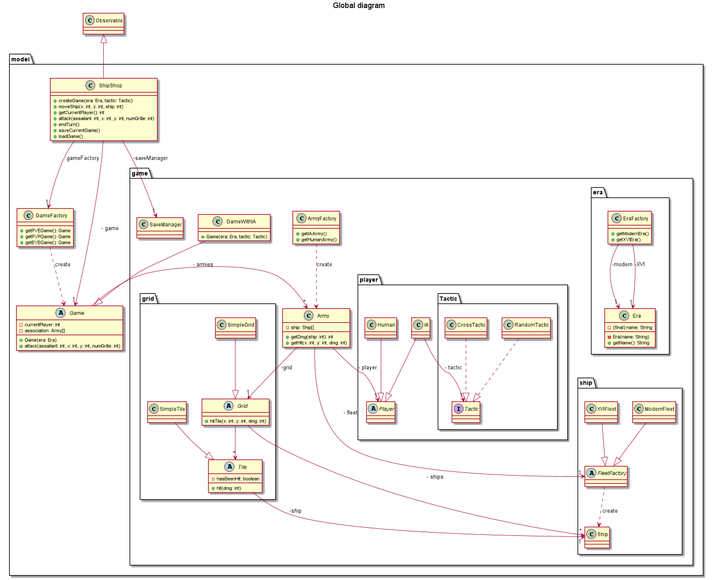
The PlantUML diagram doc/conception/image/class/global.png in Reynault/ShipShop, before a commit.
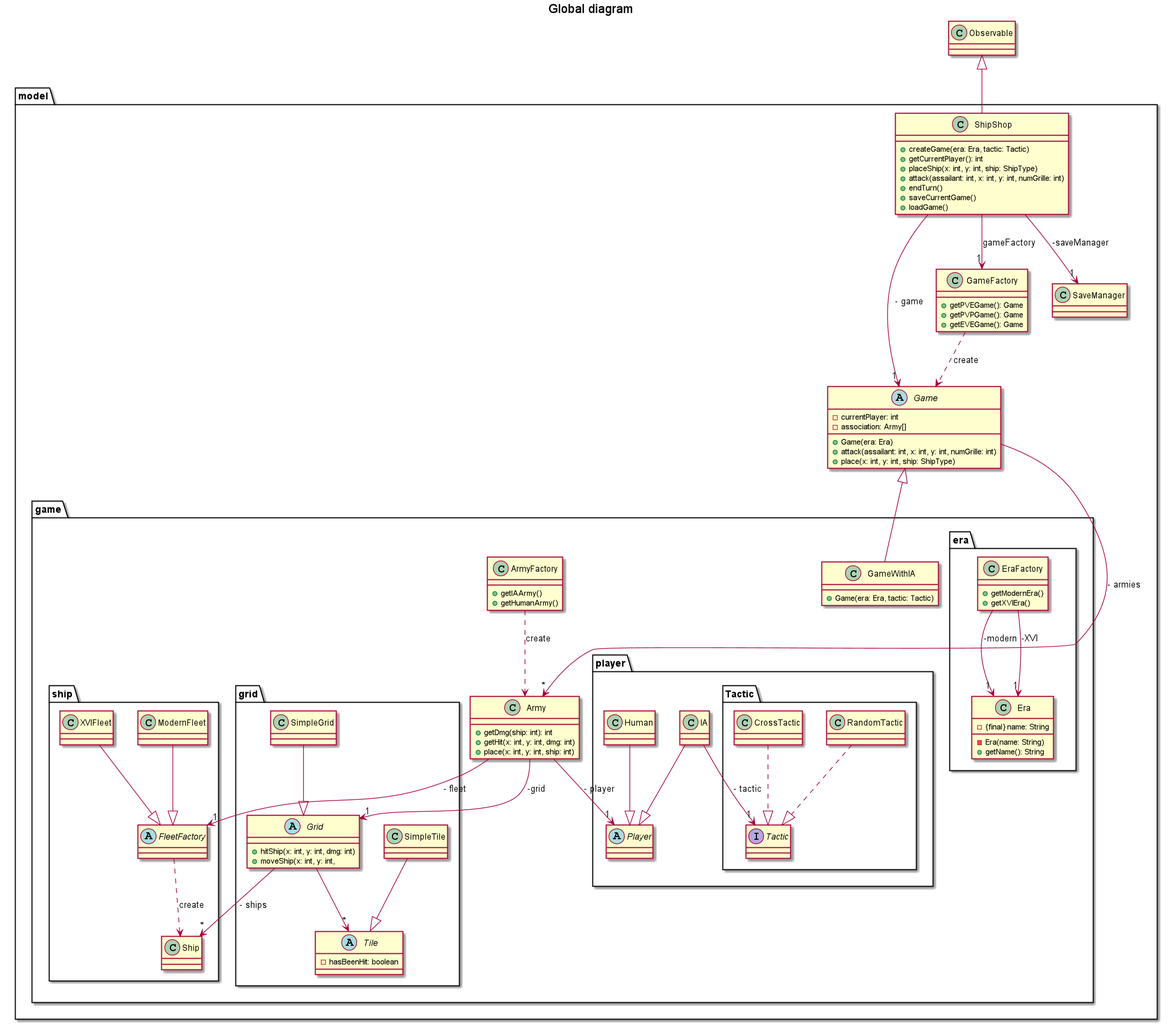
After the commit.

Diff of the diagram source:
```diff
@@ -10,8 +10,8 @@
 
     class ShipShop{
         + createGame(era: Era, tactic: Tactic)
-        + moveShip(x: int, y: int, ship: int)
         + getCurrentPlayer(): int
+        + placeShip(x: int, y: int, ship: ShipType)
         + attack(assailant: int, x: int, y: int, numGrille: int)
         + endTurn()
         + saveCurrentGame()
@@ -27,6 +27,10 @@
         + getEVEGame(): Game
     }
 
+    class SaveManager{
+
+    }
+
     package game{
 
         abstract Game{
@@ -34,6 +38,7 @@
             - association: Army[]
             + Game(era: Era)
             + attack(assailant: int, x: int, y: int, numGrille: int)
+            + place(x: int, y: int, ship: ShipType)
         }
 
         class GameWithIA{
@@ -46,19 +51,16 @@
         }
 
         class Army{
-            - ship: Ship[]
             + getDmg(ship: int): int
             + getHit(x: int, y: int, dmg: int)
-        }
-
-        class SaveManager{
-
+            + place(x: int, y: int, ship: int)
         }
 
         package grid{
 
             abstract Grid{
-                + hitTile(x: int, y: int, dmg: int)
+                + hitShip(x: int, y: int, dmg: int)
+                + moveShip(x: int, y: int,
             }
 
             class SimpleGrid{
@@ -67,7 +69,6 @@
 
             abstract Tile{
                 - hasBeenHit: boolean
-                + hit(dmg: int)
             }
 
             class SimpleTile{
@@ -157,8 +158,6 @@
 Grid --> "*" Ship: - ships
 Grid --> "*" Tile
 
-Tile --> "1" Ship: -ship
-
 FleetFactory ..> Ship: "create"
 
 SimpleGrid --|> Grid
@@ -170,7 +169,7 @@
 Army --> "1" FleetFactory: - fleet
 Army --> "1" Grid: -grid
 
-GameWithIA --|> Game
+GameWithIA -up-|> Game
 
 EraFactory --> "1" Era: -modern
 EraFactory --> "1" Era: -XVI
```
